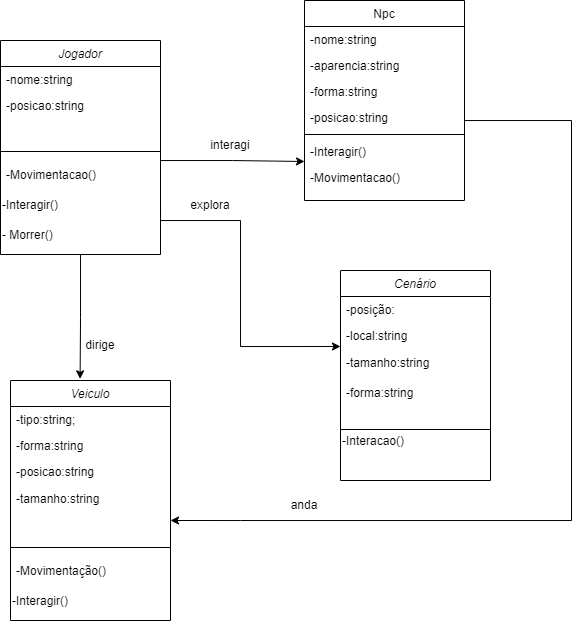
This is diagrama musical.drawio.png from lucasnoelgb/2jdprojetomusica, a draw.io export, as it was before one commit. Source tidied: cells renumbered, new cells last; positions are measured from the earlier drawing's top-left corner, leaving out a move shared by most shapes.
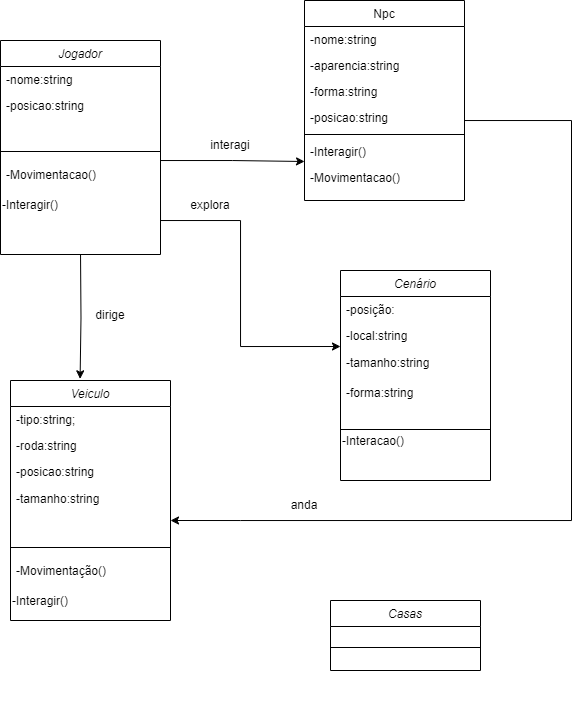
After the change.

What changed in the source:
```diff
@@ -40,9 +40,6 @@
     <mxCell id="9" value="-Interagir()" style="text;html=1;strokeColor=none;fillColor=none;align=left;verticalAlign=bottom;whiteSpace=wrap;rounded=0;labelPosition=center;verticalLabelPosition=top;" parent="4" vertex="1">
       <mxGeometry y="174" width="160" height="30" as="geometry" />
     </mxCell>
-    <mxCell id="10" value="- Morrer()" style="text;html=1;strokeColor=none;fillColor=none;align=left;verticalAlign=bottom;whiteSpace=wrap;rounded=0;labelPosition=center;verticalLabelPosition=top;" parent="4" vertex="1">
-      <mxGeometry y="204" width="160" height="10" as="geometry" />
-    </mxCell>
     <mxCell id="11" value="Npc" style="swimlane;fontStyle=0;align=center;verticalAlign=top;horizontal=1;startSize=26;rounded=0;shadow=0;strokeWidth=1;" parent="1" vertex="1">
       <mxGeometry x="304" width="160" height="200" as="geometry" />
     </mxCell>
@@ -107,7 +104,7 @@
     <mxCell id="29" value="-tipo:string;" style="text;align=left;verticalAlign=top;spacingLeft=4;spacingRight=4;overflow=hidden;" parent="28" vertex="1">
       <mxGeometry y="26" width="160" height="26" as="geometry" />
     </mxCell>
-    <mxCell id="30" value="-forma:string&#10;" style="text;align=left;verticalAlign=top;spacingLeft=4;spacingRight=4;overflow=hidden;rounded=0;shadow=0;html=0;" parent="28" vertex="1">
+    <mxCell id="30" value="-roda:string" style="text;align=left;verticalAlign=top;spacingLeft=4;spacingRight=4;overflow=hidden;rounded=0;shadow=0;html=0;" parent="28" vertex="1">
       <mxGeometry y="52" width="160" height="26" as="geometry" />
     </mxCell>
     <mxCell id="31" value="-posicao:string" style="text;align=left;verticalAlign=top;spacingLeft=4;spacingRight=4;overflow=hidden;rounded=0;shadow=0;html=0;" parent="28" vertex="1">
@@ -125,11 +122,13 @@
     <mxCell id="35" value="-Interagir()" style="text;html=1;strokeColor=none;fillColor=none;align=left;verticalAlign=bottom;whiteSpace=wrap;rounded=0;labelPosition=center;verticalLabelPosition=top;" parent="28" vertex="1">
       <mxGeometry y="230" width="160" height="10" as="geometry" />
     </mxCell>
-    <mxCell id="36" style="edgeStyle=orthogonalEdgeStyle;rounded=0;jettySize=auto;html=1;entryX=0.435;entryY=-0.007;entryDx=0;entryDy=0;entryPerimeter=0;" parent="1" edge="1" source="10" target="28">
-      <mxGeometry relative="1" as="geometry" />
+    <mxCell id="36" style="edgeStyle=orthogonalEdgeStyle;rounded=0;jettySize=auto;html=1;entryX=0.435;entryY=-0.007;entryDx=0;entryDy=0;entryPerimeter=0;" parent="1" edge="1" target="28">
+      <mxGeometry relative="1" as="geometry">
+        <mxPoint x="80" y="254" as="sourcePoint" />
+      </mxGeometry>
     </mxCell>
     <mxCell id="37" value="dirige" style="text;html=1;strokeColor=none;fillColor=none;align=center;verticalAlign=middle;whiteSpace=wrap;rounded=0;" parent="1" vertex="1">
-      <mxGeometry x="70" y="330" width="60" height="30" as="geometry" />
+      <mxGeometry x="80" y="300" width="60" height="30" as="geometry" />
     </mxCell>
     <mxCell id="38" value="anda" style="text;html=1;strokeColor=none;fillColor=none;align=center;verticalAlign=middle;whiteSpace=wrap;rounded=0;" parent="1" vertex="1">
       <mxGeometry x="274" y="490" width="60" height="30" as="geometry" />
@@ -140,5 +139,17 @@
     <mxCell id="40" value="interagi" style="text;html=1;strokeColor=none;fillColor=none;align=center;verticalAlign=middle;whiteSpace=wrap;rounded=0;" parent="1" vertex="1">
       <mxGeometry x="200" y="130" width="60" height="30" as="geometry" />
     </mxCell>
+    <mxCell id="41" value="Casas" style="swimlane;fontStyle=2;align=center;verticalAlign=top;horizontal=1;startSize=26;rounded=0;shadow=0;strokeWidth=1;" parent="1" vertex="1">
+      <mxGeometry x="330" y="600" width="150" height="70" as="geometry" />
+    </mxCell>
+    <mxCell id="42" style="edgeStyle=orthogonalEdgeStyle;rounded=0;orthogonalLoop=1;jettySize=auto;html=1;exitX=0.5;exitY=1;exitDx=0;exitDy=0;" parent="41" edge="1">
+      <mxGeometry relative="1" as="geometry">
+        <mxPoint x="75" y="98" as="sourcePoint" />
+        <mxPoint x="75" y="98" as="targetPoint" />
+      </mxGeometry>
+    </mxCell>
+    <mxCell id="43" style="line;html=1;strokeWidth=1;align=left;verticalAlign=middle;spacingTop=-1;spacingLeft=3;spacingRight=3;labelPosition=right;" parent="41" vertex="1">
+      <mxGeometry y="26" width="150" height="42" as="geometry" />
+    </mxCell>
   </root>
 </mxGraphModel>
```
